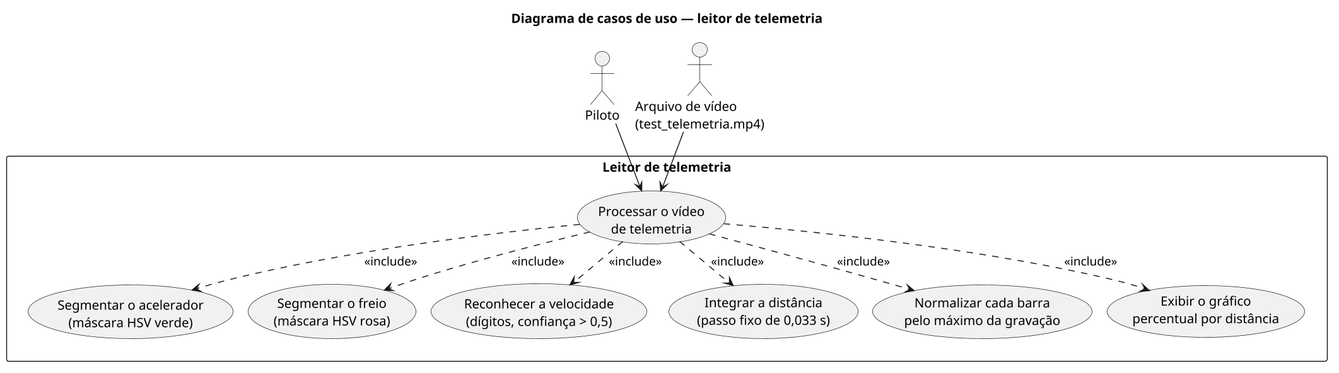
Before: docs/diagramas/diagrama-casos-de-uso.png, a diagram exported from PlantUML (Matheus-Hen/telemetria_cloud). Source of this version:
```plantuml
@startuml diagrama-casos-de-uso
top to bottom direction
skinparam shadowing false
skinparam dpi 140
skinparam backgroundColor white
skinparam packageStyle rectangle
skinparam nodesep 16
skinparam ranksep 18

title Diagrama de casos de uso — leitor de telemetria

actor "Piloto" as piloto
actor "Arquivo de vídeo\n(test_telemetria.mp4)" as video

rectangle "Leitor de telemetria" {
  usecase "Processar o vídeo\nde telemetria" as UC1
  together {
    usecase "Segmentar o acelerador\n(máscara HSV verde)" as UC2
    usecase "Segmentar o freio\n(máscara HSV rosa)" as UC3
    usecase "Reconhecer a velocidade\n(dígitos, confiança > 0,5)" as UC4
  }
  together {
    usecase "Integrar a distância\n(passo fixo de 0,033 s)" as UC5
    usecase "Normalizar cada barra\npelo máximo da gravação" as UC6
    usecase "Exibir o gráfico\npercentual por distância" as UC7
  }
}

piloto --> UC1
video --> UC1

UC1 ..> UC2 : <<include>>
UC1 ..> UC3 : <<include>>
UC1 ..> UC4 : <<include>>
UC1 ..> UC5 : <<include>>
UC1 ..> UC6 : <<include>>
UC1 ..> UC7 : <<include>>
@enduml
```
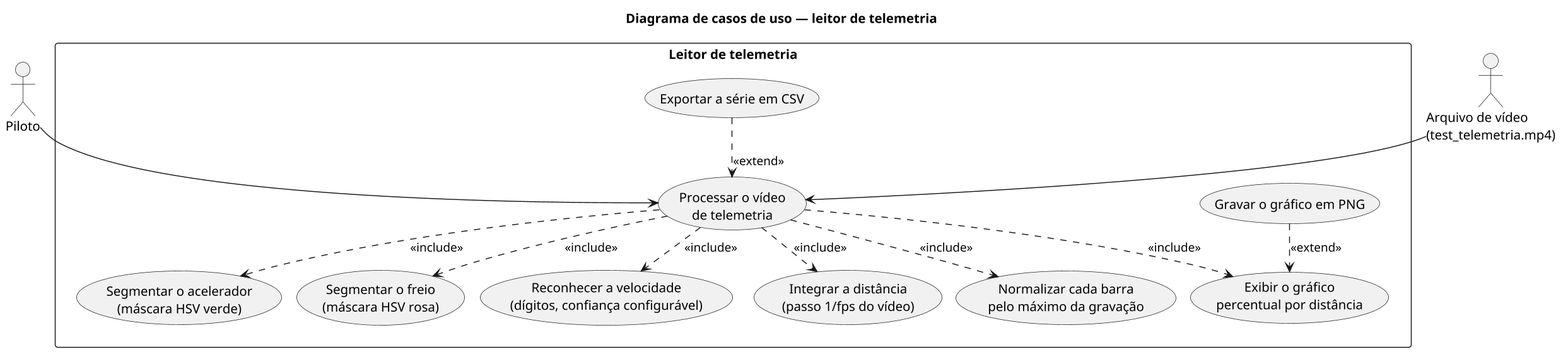
Later version of the same file.

Diff of the diagram source:
```diff
@@ -17,13 +17,15 @@
   together {
     usecase "Segmentar o acelerador\n(máscara HSV verde)" as UC2
     usecase "Segmentar o freio\n(máscara HSV rosa)" as UC3
-    usecase "Reconhecer a velocidade\n(dígitos, confiança > 0,5)" as UC4
+    usecase "Reconhecer a velocidade\n(dígitos, confiança configurável)" as UC4
   }
   together {
-    usecase "Integrar a distância\n(passo fixo de 0,033 s)" as UC5
+    usecase "Integrar a distância\n(passo 1/fps do vídeo)" as UC5
     usecase "Normalizar cada barra\npelo máximo da gravação" as UC6
     usecase "Exibir o gráfico\npercentual por distância" as UC7
   }
+  usecase "Gravar o gráfico em PNG" as UC8
+  usecase "Exportar a série em CSV" as UC9
 }
 
 piloto --> UC1
@@ -35,4 +37,6 @@
 UC1 ..> UC5 : <<include>>
 UC1 ..> UC6 : <<include>>
 UC1 ..> UC7 : <<include>>
+UC8 ..> UC7 : <<extend>>
+UC9 ..> UC1 : <<extend>>
 @enduml
```
